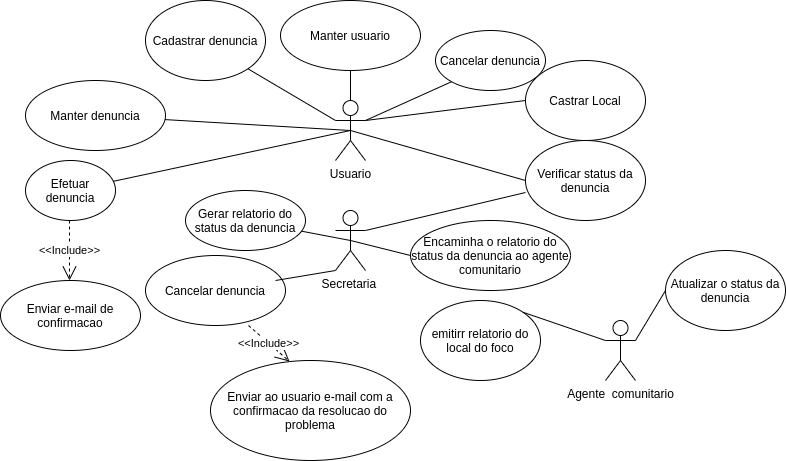
The draw.io diagram diagram image/Diagrama de use case pti3.png in Jefferson-sudo/Producao-textual-individual-3-semestre-Unopar, before a commit. Source tidied: cells renumbered, new cells last; positions are measured from the earlier drawing's top-left corner, leaving out a move shared by most shapes.
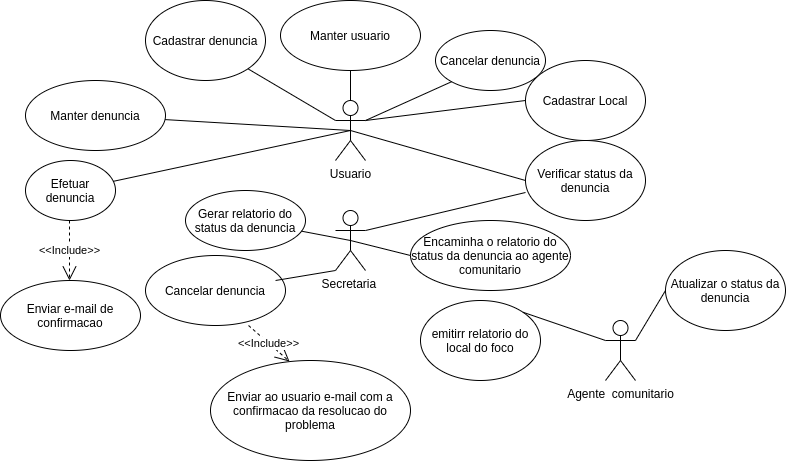
After the change.

The edit, as a diff of the source:
```diff
@@ -23,7 +23,7 @@
     <mxCell id="8" style="endArrow=none;html=1;entryX=0.5;entryY=1;entryDx=0;entryDy=0;exitX=0.5;exitY=0;exitDx=0;exitDy=0;exitPerimeter=0;" parent="1" edge="1" source="4" target="5">
       <mxGeometry relative="1" as="geometry" />
     </mxCell>
-    <mxCell id="9" value="Castrar Local" style="ellipse;whiteSpace=wrap;html=1;" parent="1" vertex="1">
+    <mxCell id="9" value="Cadastrar Local" style="ellipse;whiteSpace=wrap;html=1;" parent="1" vertex="1">
       <mxGeometry x="525" y="60" width="120" height="80" as="geometry" />
     </mxCell>
     <mxCell id="10" style="endArrow=none;html=1;entryX=0;entryY=0.5;entryDx=0;entryDy=0;exitX=1;exitY=0.3333333333333333;exitDx=0;exitDy=0;exitPerimeter=0;" parent="1" edge="1" source="4" target="9">
```
